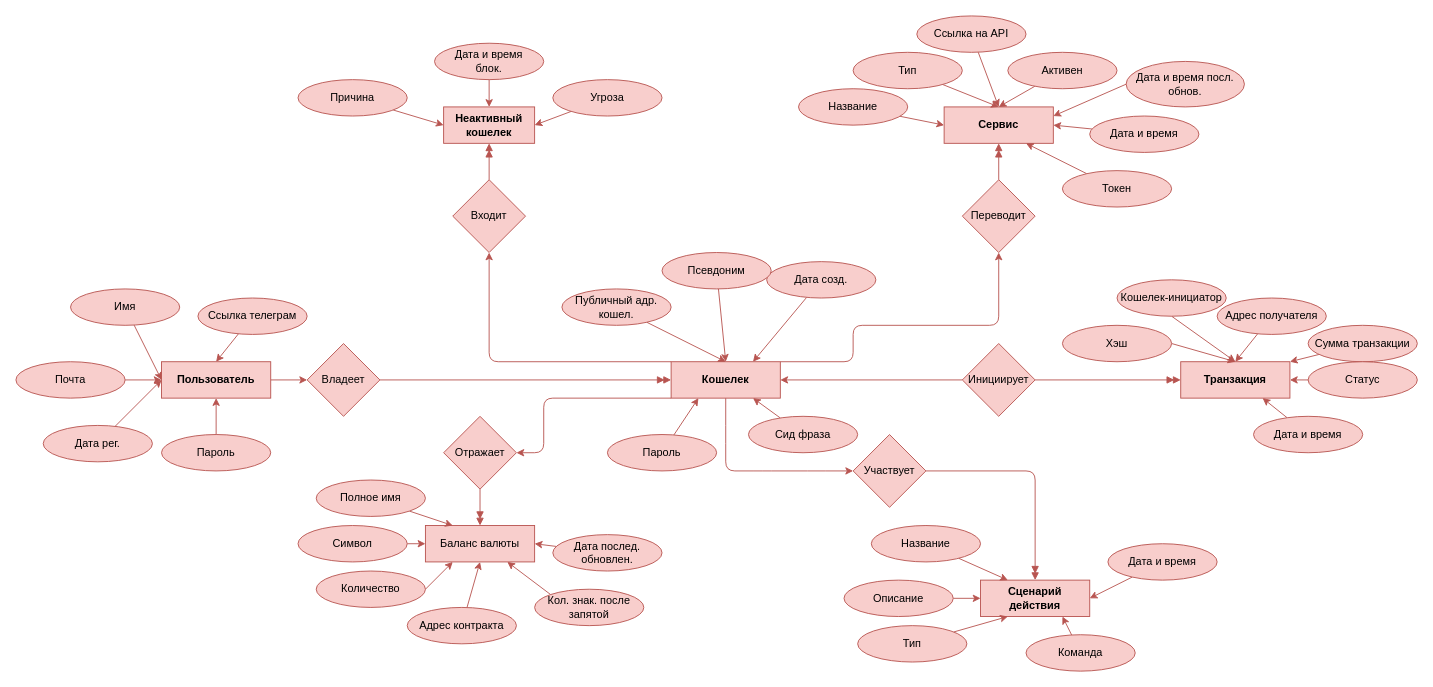
Above: docs/UML/conceptual_model.drawio in unkn-s0urc3/crypto-wallet-db (draw.io), before the change. Source tidied: cells renumbered, new cells numbered last; positions are measured from the earlier drawing's top-left corner, leaving out a move shared by most shapes. Both pictures are drawn from the tidied source at 91%, with x=0, y=0 at pixel (15, 15).
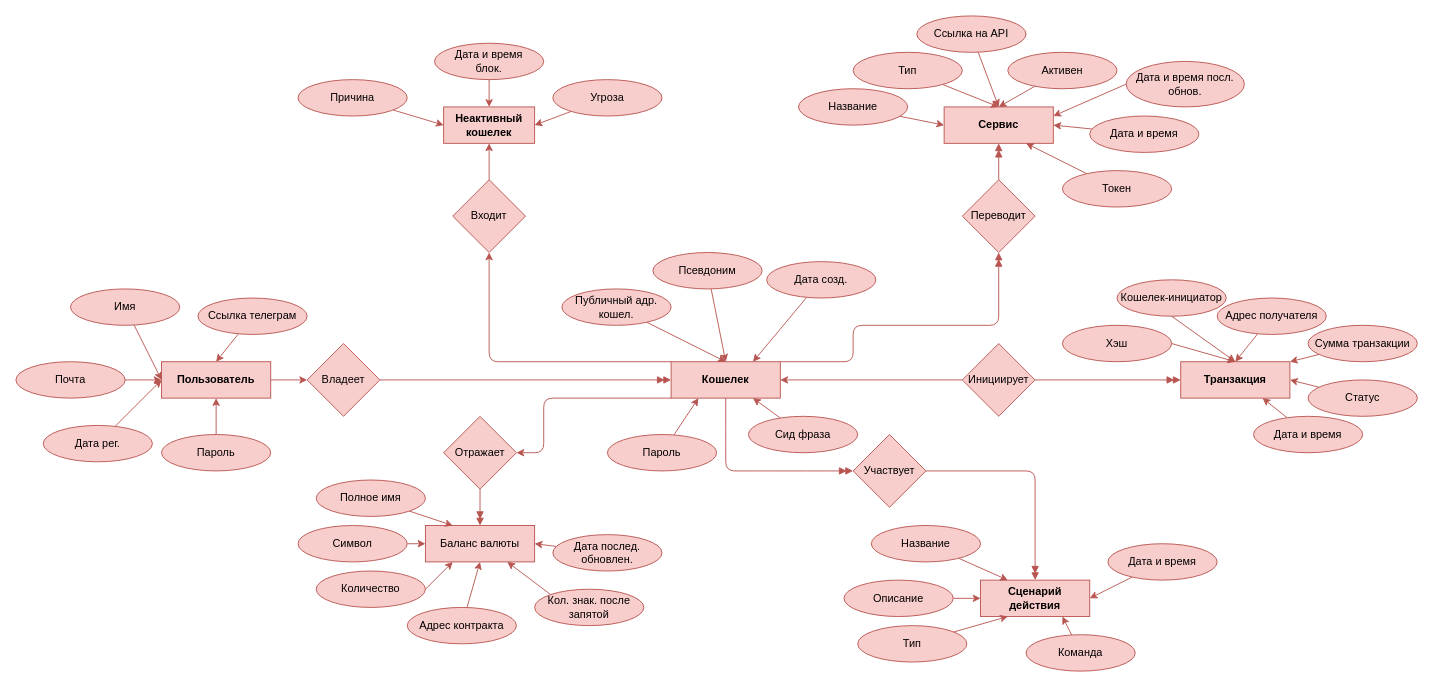
The same page after the edit.

The change refers to these unchanged cells:
```xml
<mxCell id="6" value="&lt;strong&gt;Кошелек&lt;/strong&gt;" style="rounded=0;whiteSpace=wrap;html=1;fillColor=#f8cecc;strokeColor=#b85450;" parent="1" vertex="1">
  <mxGeometry x="720" y="380" width="120" height="40" as="geometry" />
</mxCell>
<mxCell id="10" value="Инициирует" style="rhombus;whiteSpace=wrap;html=1;fillColor=#f8cecc;strokeColor=#b85450;" parent="1" vertex="1">
  <mxGeometry x="1040" y="360" width="80" height="80" as="geometry" />
</mxCell>
<mxCell id="13" value="Участвует" style="rhombus;whiteSpace=wrap;html=1;fillColor=#f8cecc;strokeColor=#b85450;" parent="1" vertex="1">
  <mxGeometry x="920" y="460" width="80" height="80" as="geometry" />
</mxCell>
<mxCell id="20" value="Переводит" style="rhombus;whiteSpace=wrap;html=1;fillColor=#f8cecc;strokeColor=#b85450;" parent="1" vertex="1">
  <mxGeometry x="1040" y="180" width="80" height="80" as="geometry" />
</mxCell>
<mxCell id="21" value="&lt;strong&gt;Неактивный кошелек&lt;/strong&gt;" style="rounded=0;whiteSpace=wrap;html=1;fillColor=#f8cecc;strokeColor=#b85450;" parent="1" vertex="1">
  <mxGeometry x="470" y="100" width="100" height="40" as="geometry" />
</mxCell>
<mxCell id="23" value="Входит" style="rhombus;whiteSpace=wrap;html=1;fillColor=#f8cecc;strokeColor=#b85450;" parent="1" vertex="1">
  <mxGeometry x="480" y="180" width="80" height="80" as="geometry" />
</mxCell>
```

Change to the diagram source:
```diff
@@
-    <mxCell id="2" style="edgeStyle=none;html=1;entryX=0;entryY=0.5;entryDx=0;entryDy=0;fillColor=#f8cecc;strokeColor=#b85450;" parent="1" edge="1" source="6" target="13">
+    <mxCell id="2" style="edgeStyle=none;html=1;entryX=0;entryY=0.5;entryDx=0;entryDy=0;fillColor=#f8cecc;strokeColor=#b85450;endArrow=doubleBlock;endFill=1;" parent="1" edge="1" source="6" target="13">
       <mxGeometry relative="1" as="geometry">
         <Array as="points">
           <mxPoint x="780" y="460" />
           <mxPoint x="780" y="500" />
           <mxPoint x="820" y="500" />
           <mxPoint x="880" y="500" />
         </Array>
       </mxGeometry>
     </mxCell>
-    <mxCell id="3" style="edgeStyle=none;html=1;exitX=1;exitY=0;exitDx=0;exitDy=0;entryX=0.5;entryY=1;entryDx=0;entryDy=0;fillColor=#f8cecc;strokeColor=#b85450;" parent="1" edge="1" source="6" target="20">
+    <mxCell id="3" style="edgeStyle=none;html=1;exitX=1;exitY=0;exitDx=0;exitDy=0;entryX=0.5;entryY=1;entryDx=0;entryDy=0;fillColor=#f8cecc;strokeColor=#b85450;endArrow=doubleBlock;endFill=1;" parent="1" edge="1" source="6" target="20">
       <mxGeometry relative="1" as="geometry">
         <Array as="points">
           <mxPoint x="920" y="380" />
           <mxPoint x="920" y="340" />
           <mxPoint x="1080" y="340" />
         </Array>
       </mxGeometry>
     </mxCell>
@@
-    <mxCell id="8" style="edgeStyle=none;html=1;entryX=1;entryY=0.5;entryDx=0;entryDy=0;fillColor=#f8cecc;strokeColor=#b85450;" parent="1" edge="1" source="10" target="6">
+    <mxCell id="8" style="edgeStyle=none;html=1;entryX=1;entryY=0.5;entryDx=0;entryDy=0;fillColor=#f8cecc;strokeColor=#b85450;endArrow=classic;endFill=1;" parent="1" edge="1" source="10" target="6">
       <mxGeometry relative="1" as="geometry" />
     </mxCell>
@@
-    <mxCell id="22" style="edgeStyle=none;html=1;entryX=0.5;entryY=1;entryDx=0;entryDy=0;endArrow=doubleBlock;endFill=1;exitX=0.5;exitY=0;exitDx=0;exitDy=0;fillColor=#f8cecc;strokeColor=#b85450;" parent="1" edge="1" source="23" target="21">
+    <mxCell id="22" style="edgeStyle=none;html=1;entryX=0.5;entryY=1;entryDx=0;entryDy=0;endArrow=classic;endFill=1;exitX=0.5;exitY=0;exitDx=0;exitDy=0;fillColor=#f8cecc;strokeColor=#b85450;" parent="1" edge="1" source="23" target="21">
       <mxGeometry relative="1" as="geometry" />
     </mxCell>
@@
     <mxCell id="43" value="Статус" style="ellipse;whiteSpace=wrap;html=1;fillColor=#f8cecc;strokeColor=#b85450;" parent="1" vertex="1">
-      <mxGeometry x="1420" y="380" width="120" height="40" as="geometry" />
+      <mxGeometry x="1420" y="400" width="120" height="40" as="geometry" />
     </mxCell>
@@
     <mxCell id="47" value="Псевдоним " style="ellipse;whiteSpace=wrap;html=1;fillColor=#f8cecc;strokeColor=#b85450;" parent="1" vertex="1">
-      <mxGeometry x="710" y="260" width="120" height="40" as="geometry" />
+      <mxGeometry x="700" y="260" width="120" height="40" as="geometry" />
     </mxCell>
```
